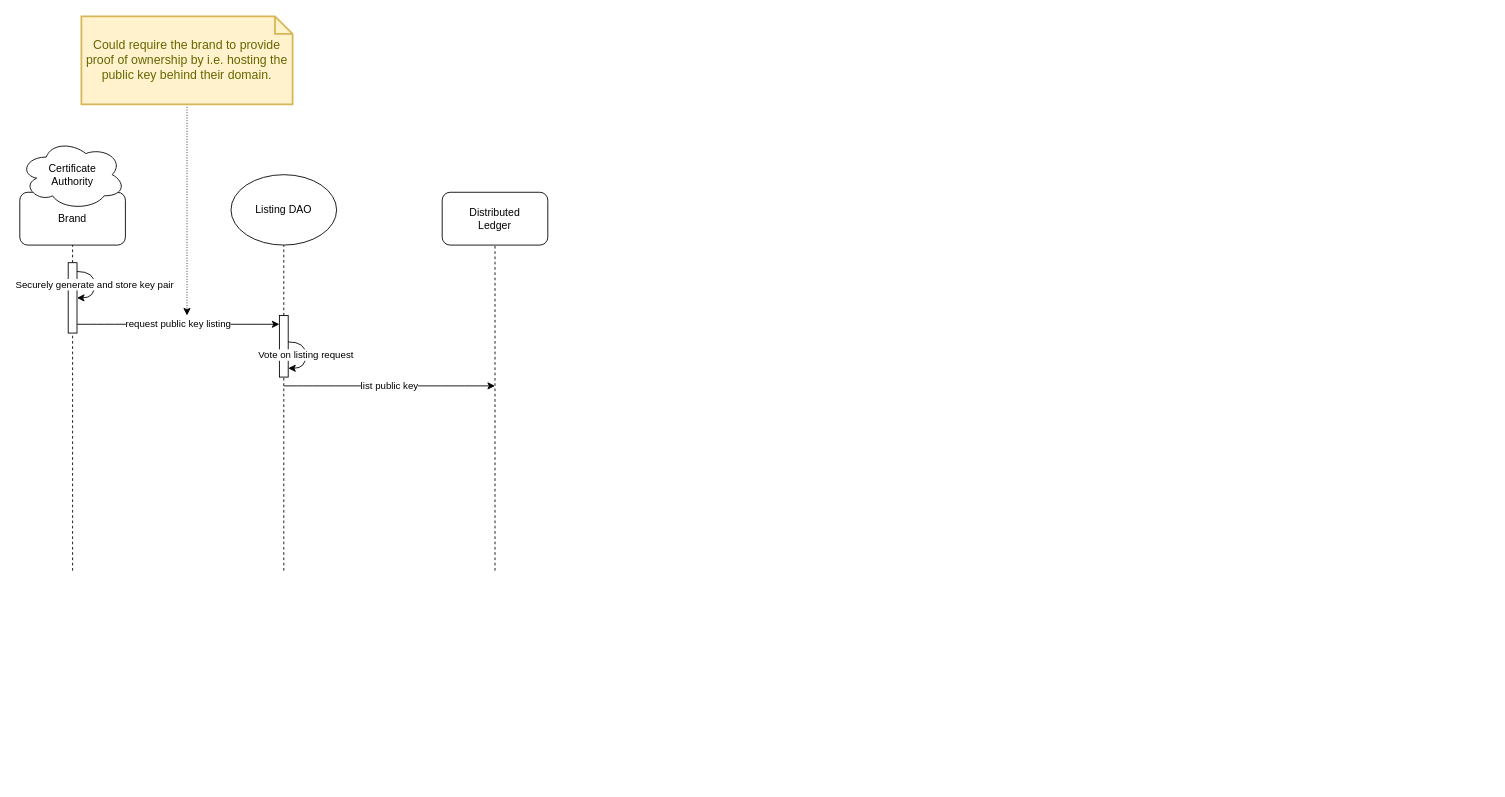
This is page "register brand" (2 of 12) of diagrams/overview.drawio from open-metabridge-foundation/protocol, a draw.io file, before an edit. Source tidied: cells renumbered, new cells numbered last; positions are measured from the earlier drawing's top-left corner, leaving out a move shared by most shapes. Both pictures are drawn from the tidied source at 88%, with x=0, y=0 at pixel (19, 16).
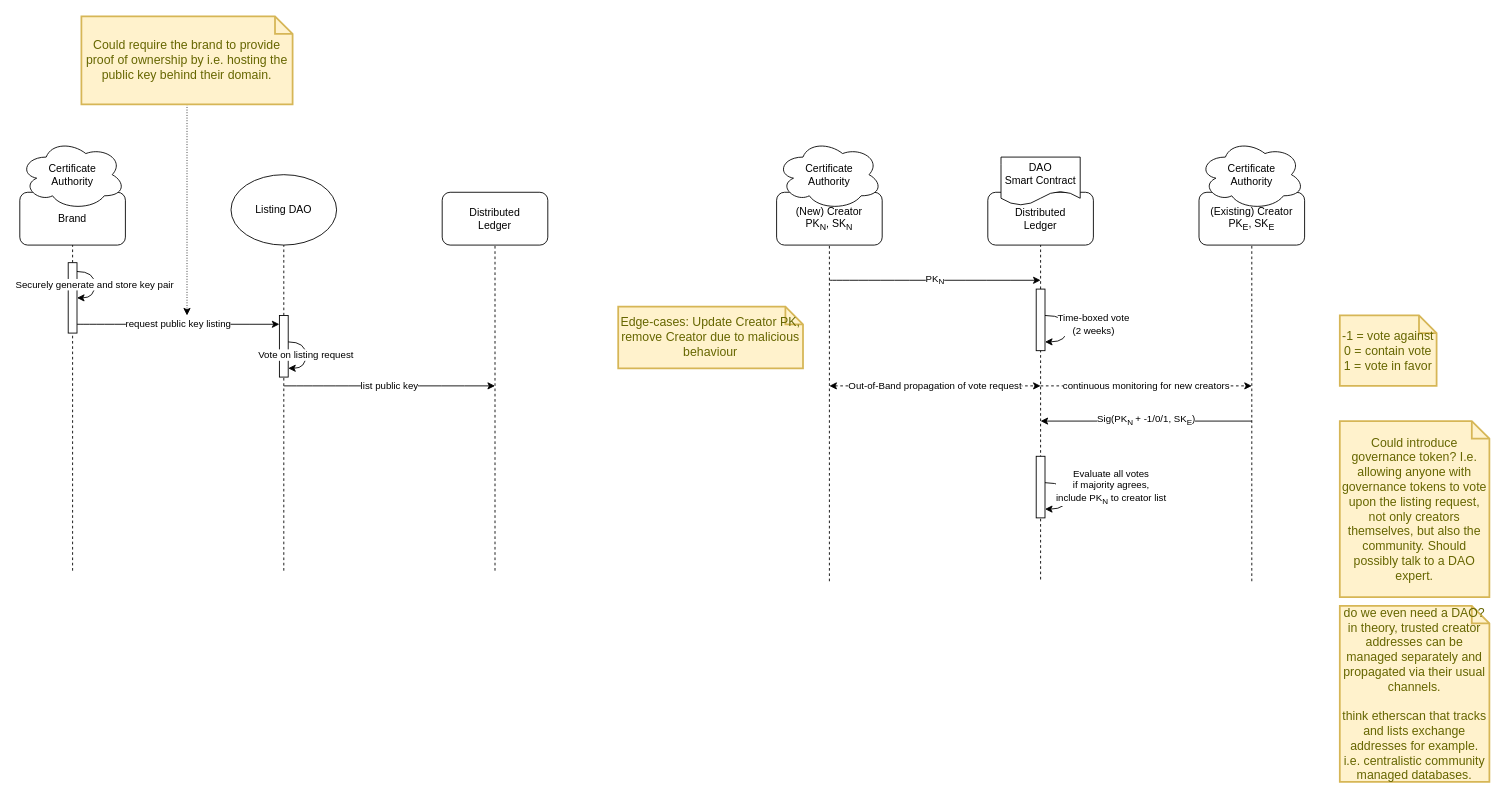
Above is the later version.

Change to the diagram source:
```diff
@@
+    <mxCell id="19" value="(New) Creator&lt;br&gt;PK&lt;sub&gt;N&lt;/sub&gt;, SK&lt;sub&gt;N&lt;/sub&gt;" style="rounded=1;whiteSpace=wrap;html=1;" parent="1" vertex="1">
+      <mxGeometry x="860" y="200" width="120" height="60" as="geometry" />
+    </mxCell>
+    <mxCell id="20" value="Certificate&lt;br&gt;Authority" style="ellipse;shape=cloud;whiteSpace=wrap;html=1;" parent="1" vertex="1">
+      <mxGeometry x="860" y="140" width="120" height="80" as="geometry" />
+    </mxCell>
+    <mxCell id="21" style="endArrow=none;dashed=1;html=1;rounded=0;startArrow=none;" parent="1" edge="1" target="19">
+      <mxGeometry relative="1" as="geometry">
+        <mxPoint x="920" y="642" as="sourcePoint" />
+      </mxGeometry>
+    </mxCell>
+    <mxCell id="22" value="PK&lt;sub&gt;N&lt;/sub&gt;" style="endArrow=classic;html=1;rounded=0;curved=1;" parent="1" edge="1">
+      <mxGeometry relative="1" as="geometry">
+        <mxPoint x="920" y="300" as="sourcePoint" />
+        <mxPoint x="1160" y="300" as="targetPoint" />
+      </mxGeometry>
+    </mxCell>
+    <mxCell id="23" value="Distributed&lt;br&gt;Ledger" style="rounded=1;whiteSpace=wrap;html=1;" parent="1" vertex="1">
+      <mxGeometry x="1100" y="200" width="120" height="60" as="geometry" />
+    </mxCell>
+    <mxCell id="24" style="endArrow=none;dashed=1;html=1;rounded=0;startArrow=none;" parent="1" edge="1" source="29" target="23">
+      <mxGeometry relative="1" as="geometry" />
+    </mxCell>
+    <mxCell id="25" value="DAO&lt;br&gt;Smart Contract" style="shape=document;whiteSpace=wrap;html=1;boundedLbl=1;fontColor=#000000;" parent="1" vertex="1">
+      <mxGeometry x="1115" y="160" width="90" height="55" as="geometry" />
+    </mxCell>
+    <mxCell id="26" value="(Existing) Creator&lt;br&gt;PK&lt;sub&gt;E&lt;/sub&gt;, SK&lt;sub&gt;E&lt;/sub&gt;" style="rounded=1;whiteSpace=wrap;html=1;" parent="1" vertex="1">
+      <mxGeometry x="1340" y="200" width="120" height="60" as="geometry" />
+    </mxCell>
+    <mxCell id="27" value="Certificate&lt;br&gt;Authority" style="ellipse;shape=cloud;whiteSpace=wrap;html=1;" parent="1" vertex="1">
+      <mxGeometry x="1340" y="140" width="120" height="80" as="geometry" />
+    </mxCell>
+    <mxCell id="28" style="endArrow=none;dashed=1;html=1;rounded=0;startArrow=none;" parent="1" edge="1" target="26">
+      <mxGeometry relative="1" as="geometry">
+        <mxPoint x="1400" y="642" as="sourcePoint" />
+      </mxGeometry>
+    </mxCell>
+    <mxCell id="29" style="html=1;points=[];perimeter=orthogonalPerimeter;" parent="1" vertex="1">
+      <mxGeometry x="1155" y="310" width="10" height="70" as="geometry" />
+    </mxCell>
+    <mxCell id="30" style="endArrow=none;dashed=1;html=1;rounded=0;" parent="1" edge="1" target="29">
+      <mxGeometry relative="1" as="geometry">
+        <mxPoint x="1160" y="640" as="sourcePoint" />
+      </mxGeometry>
+    </mxCell>
+    <mxCell id="31" value="Time-boxed vote&lt;br&gt;(2 weeks)" style="endArrow=classic;html=1;rounded=0;edgeStyle=orthogonalEdgeStyle;curved=1;" parent="1" edge="1" source="29" target="29">
+      <mxGeometry x="-0.13" y="30" relative="1" as="geometry">
+        <Array as="points">
+          <mxPoint x="1190" y="340" />
+          <mxPoint x="1190" y="370" />
+        </Array>
+      </mxGeometry>
+    </mxCell>
+    <mxCell id="32" value="Sig(PK&lt;sub&gt;N&amp;nbsp;&lt;/sub&gt;+ -1/0/1, SK&lt;sub&gt;E&lt;/sub&gt;)" style="endArrow=classic;html=1;rounded=0;" parent="1" edge="1">
+      <mxGeometry relative="1" as="geometry">
+        <mxPoint x="1400" y="460" as="sourcePoint" />
+        <mxPoint x="1160" y="460" as="targetPoint" />
+      </mxGeometry>
+    </mxCell>
+    <mxCell id="33" value="Edge-cases: Update Creator PK, remove Creator due to malicious behaviour" style="shape=note;strokeWidth=2;fontSize=14;size=20;whiteSpace=wrap;html=1;fillColor=#fff2cc;strokeColor=#d6b656;fontColor=#666600;" parent="1" vertex="1">
+      <mxGeometry x="680" y="330" width="210" height="70" as="geometry" />
+    </mxCell>
+    <mxCell id="34" style="html=1;points=[];perimeter=orthogonalPerimeter;" parent="1" vertex="1">
+      <mxGeometry x="1155" y="500" width="10" height="70" as="geometry" />
+    </mxCell>
+    <mxCell id="35" value="Evaluate all votes&lt;br&gt;if majority agrees,&lt;br&gt;include PK&lt;sub&gt;N&lt;/sub&gt; to creator list" style="endArrow=classic;html=1;rounded=0;edgeStyle=orthogonalEdgeStyle;curved=1;" parent="1" edge="1" source="34" target="34">
+      <mxGeometry x="-0.25" y="50" relative="1" as="geometry">
+        <Array as="points">
+          <mxPoint x="1190" y="530" />
+          <mxPoint x="1190" y="560" />
+        </Array>
+      </mxGeometry>
+    </mxCell>
+    <mxCell id="36" value="-1 = vote against&lt;br&gt;0 = contain vote&lt;br&gt;1 = vote in favor" style="shape=note;strokeWidth=2;fontSize=14;size=20;whiteSpace=wrap;html=1;fillColor=#fff2cc;strokeColor=#d6b656;fontColor=#666600;" parent="1" vertex="1">
+      <mxGeometry x="1500" y="340" width="110" height="80" as="geometry" />
+    </mxCell>
+    <mxCell id="37" value="continuous monitoring for new creators" style="endArrow=classic;html=1;rounded=0;dashed=1;" parent="1" edge="1">
+      <mxGeometry relative="1" as="geometry">
+        <mxPoint x="1160" y="420" as="sourcePoint" />
+        <mxPoint x="1400" y="420" as="targetPoint" />
+      </mxGeometry>
+    </mxCell>
+    <mxCell id="38" value="Out-of-Band propagation of vote request" style="endArrow=classic;html=1;rounded=0;dashed=1;startArrow=classic;startFill=1;" parent="1" edge="1">
+      <mxGeometry relative="1" as="geometry">
+        <mxPoint x="920" y="420" as="sourcePoint" />
+        <mxPoint x="1160" y="420" as="targetPoint" />
+      </mxGeometry>
+    </mxCell>
+    <mxCell id="39" value="Could introduce governance token? I.e. allowing anyone with governance tokens to vote upon the listing request, not only creators themselves, but also the community. Should possibly talk to a DAO expert." style="shape=note;strokeWidth=2;fontSize=14;size=20;whiteSpace=wrap;html=1;fillColor=#fff2cc;strokeColor=#d6b656;fontColor=#666600;" parent="1" vertex="1">
+      <mxGeometry x="1500" y="460" width="170" height="200" as="geometry" />
+    </mxCell>
+    <mxCell id="40" value="do we even need a DAO?&lt;br&gt;in theory, trusted creator addresses can be managed separately and propagated via their usual channels.&lt;br&gt;&lt;br&gt;think etherscan that tracks and lists exchange addresses for example. i.e. centralistic community managed databases." style="shape=note;strokeWidth=2;fontSize=14;size=20;whiteSpace=wrap;html=1;fillColor=#fff2cc;strokeColor=#d6b656;fontColor=#666600;" parent="1" vertex="1">
+      <mxGeometry x="1500" y="670" width="170" height="200" as="geometry" />
+    </mxCell>
```
